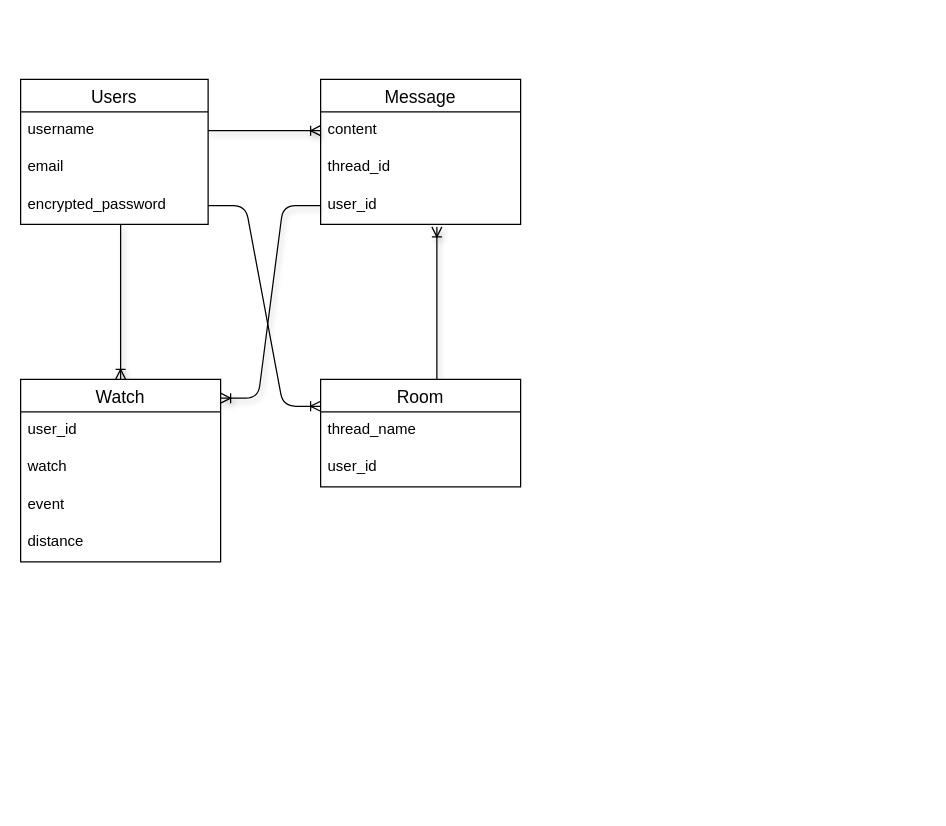
Above: database.dio in GitHayato/actime (draw.io), before the change. Source tidied: cells renumbered, new cells numbered last; positions are measured from the earlier drawing's top-left corner, leaving out a move shared by most shapes. Both pictures are drawn from the tidied source at 125%, with x=0, y=0 at pixel (20, 79).
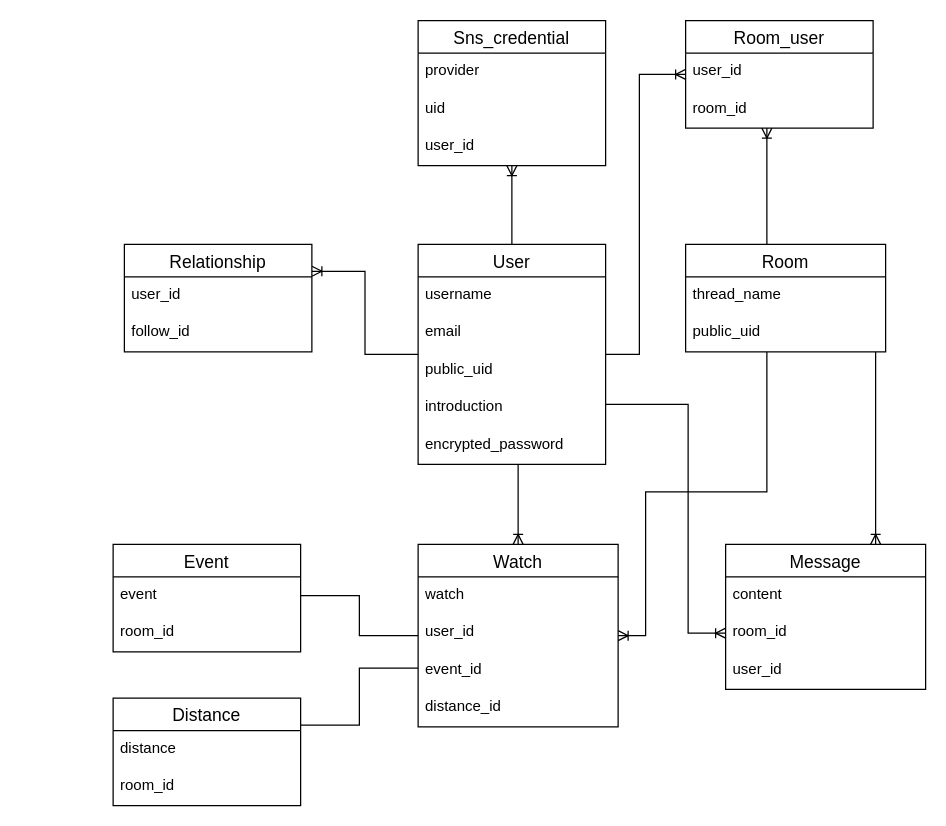
The same page after the edit.

Unchanged cells that the change refers to:
```xml
<mxCell id="4" value="username" style="text;strokeColor=none;fillColor=none;spacingLeft=4;spacingRight=4;overflow=hidden;points=[[0,0.5],[1,0.5]];portConstraint=eastwest;fontSize=12;" parent="3" vertex="1">
  <mxGeometry y="26" width="150" height="30" as="geometry" />
</mxCell>
<mxCell id="8" value="content" style="text;strokeColor=none;fillColor=none;spacingLeft=4;spacingRight=4;overflow=hidden;points=[[0,0.5],[1,0.5]];portConstraint=eastwest;fontSize=12;" parent="7" vertex="1">
  <mxGeometry y="26" width="160" height="30" as="geometry" />
</mxCell>
<mxCell id="10" value="user_id" style="text;strokeColor=none;fillColor=none;spacingLeft=4;spacingRight=4;overflow=hidden;points=[[0,0.5],[1,0.5]];portConstraint=eastwest;fontSize=12;" parent="7" vertex="1">
  <mxGeometry y="86" width="160" height="30" as="geometry" />
</mxCell>
```

Change to the diagram source:
```diff
@@
-    <mxCell id="2" style="edgeStyle=orthogonalEdgeStyle;rounded=0;jettySize=auto;html=1;exitX=1;exitY=0.5;exitDx=0;exitDy=0;entryX=0;entryY=0.5;entryDx=0;entryDy=0;shadow=1;endArrow=ERoneToMany;endFill=0;" parent="1" edge="1" source="4" target="8">
-      <mxGeometry relative="1" as="geometry" />
-    </mxCell>
+    <mxCell id="23" style="edgeStyle=orthogonalEdgeStyle;rounded=0;jettySize=auto;html=1;exitX=0.5;exitY=0;exitDx=0;exitDy=0;startArrow=none;startFill=0;endArrow=ERoneToMany;endFill=0;" parent="1" edge="1" source="3" target="44">
+      <mxGeometry relative="1" as="geometry" />
+    </mxCell>
-    <mxCell id="3" value="Users" style="swimlane;fontStyle=0;horizontal=1;startSize=26;align=center;fontSize=14;" parent="1" vertex="1">
-      <mxGeometry width="150" height="116" as="geometry" />
+    <mxCell id="3" value="User" style="swimlane;fontStyle=0;horizontal=1;startSize=26;align=center;fontSize=14;" parent="1" vertex="1">
+      <mxGeometry x="318" y="132" width="150" height="176" as="geometry" />
     </mxCell>
@@
+    <mxCell id="24" value="public_uid" style="text;strokeColor=none;fillColor=none;spacingLeft=4;spacingRight=4;overflow=hidden;fontSize=12;" parent="3" vertex="1">
+      <mxGeometry y="86" width="150" height="30" as="geometry" />
+    </mxCell>
+    <mxCell id="25" value="introduction" style="text;strokeColor=none;fillColor=none;spacingLeft=4;spacingRight=4;overflow=hidden;fontSize=12;" parent="3" vertex="1">
+      <mxGeometry y="116" width="150" height="30" as="geometry" />
+    </mxCell>
     <mxCell id="6" value="encrypted_password" style="text;strokeColor=none;fillColor=none;spacingLeft=4;spacingRight=4;overflow=hidden;points=[[0,0.5],[1,0.5]];portConstraint=eastwest;fontSize=12;" parent="3" vertex="1">
-      <mxGeometry y="86" width="150" height="30" as="geometry" />
+      <mxGeometry y="146" width="150" height="30" as="geometry" />
     </mxCell>
+    <mxCell id="26" style="edgeStyle=orthogonalEdgeStyle;rounded=0;jettySize=auto;html=1;exitX=0.75;exitY=0;exitDx=0;exitDy=0;startArrow=ERoneToMany;startFill=0;endArrow=none;endFill=0;" parent="1" edge="1" source="7" target="18">
+      <mxGeometry relative="1" as="geometry">
+        <Array as="points">
+          <mxPoint x="684" y="255" />
+          <mxPoint x="684" y="255" />
+        </Array>
+      </mxGeometry>
+    </mxCell>
     <mxCell id="7" value="Message" style="swimlane;fontStyle=0;horizontal=1;startSize=26;align=center;fontSize=14;" parent="1" vertex="1">
-      <mxGeometry x="240" width="160" height="116" as="geometry" />
+      <mxGeometry x="564" y="372" width="160" height="116" as="geometry" />
     </mxCell>
@@
-    <mxCell id="9" value="thread_id" style="text;strokeColor=none;fillColor=none;spacingLeft=4;spacingRight=4;overflow=hidden;points=[[0,0.5],[1,0.5]];portConstraint=eastwest;fontSize=12;" parent="7" vertex="1">
+    <mxCell id="9" value="room_id" style="text;strokeColor=none;fillColor=none;spacingLeft=4;spacingRight=4;overflow=hidden;points=[[0,0.5],[1,0.5]];portConstraint=eastwest;fontSize=12;" parent="7" vertex="1">
       <mxGeometry y="56" width="160" height="30" as="geometry" />
     </mxCell>
@@
-    <mxCell id="11" style="edgeStyle=orthogonalEdgeStyle;rounded=0;jettySize=auto;html=1;exitX=0.5;exitY=0;exitDx=0;exitDy=0;shadow=1;endArrow=none;endFill=0;startArrow=ERoneToMany;startFill=0;" parent="1" edge="1" source="12" target="3">
+    <mxCell id="11" style="edgeStyle=orthogonalEdgeStyle;rounded=0;jettySize=auto;html=1;exitX=0.5;exitY=0;exitDx=0;exitDy=0;startArrow=ERoneToMany;startFill=0;endArrow=none;endFill=0;" parent="1" edge="1" source="12" target="3">
       <mxGeometry relative="1" as="geometry">
         <Array as="points">
-          <mxPoint x="80" y="140" />
-          <mxPoint x="80" y="140" />
+          <mxPoint x="398" y="340" />
+          <mxPoint x="398" y="340" />
         </Array>
       </mxGeometry>
     </mxCell>
     <mxCell id="12" value="Watch" style="swimlane;fontStyle=0;horizontal=1;startSize=26;align=center;fontSize=14;" parent="1" vertex="1">
-      <mxGeometry y="240" width="160" height="146" as="geometry" />
+      <mxGeometry x="318" y="372" width="160" height="146" as="geometry" />
     </mxCell>
+    <mxCell id="14" value="watch" style="text;strokeColor=none;fillColor=none;spacingLeft=4;spacingRight=4;overflow=hidden;fontSize=12;" parent="12" vertex="1">
+      <mxGeometry y="26" width="160" height="30" as="geometry" />
+    </mxCell>
     <mxCell id="13" value="user_id" style="text;strokeColor=none;fillColor=none;spacingLeft=4;spacingRight=4;overflow=hidden;fontSize=12;" parent="12" vertex="1">
-      <mxGeometry y="26" width="160" height="30" as="geometry" />
+      <mxGeometry y="56" width="160" height="30" as="geometry" />
     </mxCell>
-    <mxCell id="14" value="watch" style="text;strokeColor=none;fillColor=none;spacingLeft=4;spacingRight=4;overflow=hidden;fontSize=12;" parent="12" vertex="1">
-      <mxGeometry y="56" width="160" height="30" as="geometry" />
-    </mxCell>
-    <mxCell id="15" value="event" style="text;strokeColor=none;fillColor=none;spacingLeft=4;spacingRight=4;overflow=hidden;fontSize=12;" parent="12" vertex="1">
+    <mxCell id="15" value="event_id" style="text;strokeColor=none;fillColor=none;spacingLeft=4;spacingRight=4;overflow=hidden;fontSize=12;" parent="12" vertex="1">
       <mxGeometry y="86" width="160" height="30" as="geometry" />
     </mxCell>
-    <mxCell id="16" value="distance" style="text;strokeColor=none;fillColor=none;spacingLeft=4;spacingRight=4;overflow=hidden;fontSize=12;" parent="12" vertex="1">
+    <mxCell id="16" value="distance_id" style="text;strokeColor=none;fillColor=none;spacingLeft=4;spacingRight=4;overflow=hidden;fontSize=12;" parent="12" vertex="1">
       <mxGeometry y="116" width="160" height="30" as="geometry" />
     </mxCell>
-    <mxCell id="17" style="edgeStyle=orthogonalEdgeStyle;rounded=0;orthogonalLoop=1;jettySize=auto;html=1;shadow=1;startArrow=none;startFill=0;endArrow=ERoneToMany;endFill=0;endSize=6;" parent="1" edge="1">
-      <mxGeometry relative="1" as="geometry">
-        <mxPoint x="333" y="240" as="sourcePoint" />
-        <mxPoint x="333" y="118" as="targetPoint" />
-        <Array as="points">
-          <mxPoint x="333" y="209" />
-        </Array>
-      </mxGeometry>
-    </mxCell>
+    <mxCell id="27" style="edgeStyle=orthogonalEdgeStyle;rounded=0;jettySize=auto;html=1;startArrow=none;startFill=0;endArrow=ERoneToMany;endFill=0;" parent="1" edge="1" source="18" target="12">
+      <mxGeometry relative="1" as="geometry">
+        <Array as="points">
+          <mxPoint x="597" y="330" />
+          <mxPoint x="500" y="330" />
+          <mxPoint x="500" y="445" />
+        </Array>
+      </mxGeometry>
+    </mxCell>
     <mxCell id="18" value="Room" style="swimlane;fontStyle=0;horizontal=1;startSize=26;align=center;fontSize=14;" parent="1" vertex="1">
-      <mxGeometry x="240" y="240" width="160" height="86" as="geometry" />
+      <mxGeometry x="532" y="132" width="160" height="86" as="geometry" />
     </mxCell>
@@
-    <mxCell id="20" value="user_id" style="text;strokeColor=none;fillColor=none;spacingLeft=4;spacingRight=4;overflow=hidden;fontSize=12;" parent="18" vertex="1">
+    <mxCell id="20" value="public_uid" style="text;strokeColor=none;fillColor=none;spacingLeft=4;spacingRight=4;overflow=hidden;fontSize=12;" parent="18" vertex="1">
       <mxGeometry y="56" width="160" height="30" as="geometry" />
     </mxCell>
-    <mxCell id="21" style="edgeStyle=entityRelationEdgeStyle;fontSize=12;html=1;endArrow=ERoneToMany;entryX=0;entryY=0.25;entryDx=0;entryDy=0;exitX=1;exitY=0.5;exitDx=0;exitDy=0;" parent="1" edge="1" source="6" target="18">
-      <mxGeometry relative="1" as="geometry" />
-    </mxCell>
-    <mxCell id="22" style="edgeStyle=entityRelationEdgeStyle;fontSize=12;html=1;endArrow=none;shadow=1;startArrow=ERoneToMany;startFill=0;endFill=0;entryX=0;entryY=0.5;entryDx=0;entryDy=0;" parent="1" edge="1" target="10">
-      <mxGeometry relative="1" as="geometry">
-        <mxPoint x="160" y="255" as="sourcePoint" />
-      </mxGeometry>
-    </mxCell>
+    <mxCell id="28" style="edgeStyle=orthogonalEdgeStyle;rounded=0;jettySize=auto;html=1;startArrow=ERoneToMany;startFill=0;endArrow=none;endFill=0;" parent="1" edge="1" source="30" target="3">
+      <mxGeometry relative="1" as="geometry">
+        <Array as="points">
+          <mxPoint x="495" y="-4" />
+          <mxPoint x="495" y="220" />
+        </Array>
+      </mxGeometry>
+    </mxCell>
+    <mxCell id="29" style="edgeStyle=orthogonalEdgeStyle;rounded=0;jettySize=auto;html=1;startArrow=ERoneToMany;startFill=0;endArrow=none;endFill=0;" parent="1" edge="1" source="30" target="18">
+      <mxGeometry relative="1" as="geometry">
+        <Array as="points">
+          <mxPoint x="597" y="63" />
+          <mxPoint x="597" y="63" />
+        </Array>
+      </mxGeometry>
+    </mxCell>
+    <mxCell id="30" value="Room_user" style="swimlane;fontStyle=0;horizontal=1;startSize=26;align=center;fontSize=14;" parent="1" vertex="1">
+      <mxGeometry x="532" y="-47" width="150" height="86" as="geometry" />
+    </mxCell>
+    <mxCell id="31" value="user_id" style="text;strokeColor=none;fillColor=none;spacingLeft=4;spacingRight=4;overflow=hidden;fontSize=12;" parent="30" vertex="1">
+      <mxGeometry y="26" width="150" height="30" as="geometry" />
+    </mxCell>
+    <mxCell id="32" value="room_id" style="text;strokeColor=none;fillColor=none;spacingLeft=4;spacingRight=4;overflow=hidden;fontSize=12;" parent="30" vertex="1">
+      <mxGeometry y="56" width="150" height="30" as="geometry" />
+    </mxCell>
+    <mxCell id="33" value="Event" style="swimlane;fontStyle=0;horizontal=1;startSize=26;align=center;fontSize=14;" parent="1" vertex="1">
+      <mxGeometry x="74" y="372" width="150" height="86" as="geometry" />
+    </mxCell>
+    <mxCell id="34" value="event" style="text;strokeColor=none;fillColor=none;spacingLeft=4;spacingRight=4;overflow=hidden;points=[[0,0.5],[1,0.5]];portConstraint=eastwest;fontSize=12;" parent="33" vertex="1">
+      <mxGeometry y="26" width="150" height="30" as="geometry" />
+    </mxCell>
+    <mxCell id="35" value="room_id" style="text;strokeColor=none;fillColor=none;spacingLeft=4;spacingRight=4;overflow=hidden;fontSize=12;" parent="33" vertex="1">
+      <mxGeometry y="56" width="150" height="30" as="geometry" />
+    </mxCell>
+    <mxCell id="36" style="edgeStyle=orthogonalEdgeStyle;rounded=0;jettySize=auto;html=1;exitX=1;exitY=0.25;exitDx=0;exitDy=0;startArrow=none;startFill=0;endArrow=none;endFill=0;" parent="1" edge="1" source="37" target="12">
+      <mxGeometry relative="1" as="geometry">
+        <Array as="points">
+          <mxPoint x="271" y="516" />
+          <mxPoint x="271" y="471" />
+        </Array>
+      </mxGeometry>
+    </mxCell>
+    <mxCell id="37" value="Distance" style="swimlane;fontStyle=0;horizontal=1;startSize=26;align=center;fontSize=14;" parent="1" vertex="1">
+      <mxGeometry x="74" y="495" width="150" height="86" as="geometry" />
+    </mxCell>
+    <mxCell id="38" value="distance" style="text;strokeColor=none;fillColor=none;spacingLeft=4;spacingRight=4;overflow=hidden;fontSize=12;" parent="37" vertex="1">
+      <mxGeometry y="26" width="150" height="30" as="geometry" />
+    </mxCell>
+    <mxCell id="39" value="room_id" style="text;strokeColor=none;fillColor=none;spacingLeft=4;spacingRight=4;overflow=hidden;fontSize=12;" parent="37" vertex="1">
+      <mxGeometry y="56" width="150" height="30" as="geometry" />
+    </mxCell>
+    <mxCell id="40" style="edgeStyle=orthogonalEdgeStyle;rounded=0;jettySize=auto;html=1;exitX=1;exitY=0.25;exitDx=0;exitDy=0;startArrow=ERoneToMany;startFill=0;endArrow=none;endFill=0;" parent="1" edge="1" source="41" target="3">
+      <mxGeometry relative="1" as="geometry" />
+    </mxCell>
+    <mxCell id="41" value="Relationship" style="swimlane;fontStyle=0;horizontal=1;startSize=26;align=center;fontSize=14;" parent="1" vertex="1">
+      <mxGeometry x="83" y="132" width="150" height="86" as="geometry" />
+    </mxCell>
+    <mxCell id="42" value="user_id" style="text;strokeColor=none;fillColor=none;spacingLeft=4;spacingRight=4;overflow=hidden;fontSize=12;" parent="41" vertex="1">
+      <mxGeometry y="26" width="150" height="30" as="geometry" />
+    </mxCell>
+    <mxCell id="43" value="follow_id" style="text;strokeColor=none;fillColor=none;spacingLeft=4;spacingRight=4;overflow=hidden;fontSize=12;" parent="41" vertex="1">
+      <mxGeometry y="56" width="150" height="30" as="geometry" />
+    </mxCell>
+    <mxCell id="44" value="Sns_credential" style="swimlane;fontStyle=0;horizontal=1;startSize=26;align=center;fontSize=14;" parent="1" vertex="1">
+      <mxGeometry x="318" y="-47" width="150" height="116" as="geometry" />
+    </mxCell>
+    <mxCell id="45" value="provider" style="text;strokeColor=none;fillColor=none;spacingLeft=4;spacingRight=4;overflow=hidden;fontSize=12;" parent="44" vertex="1">
+      <mxGeometry y="26" width="150" height="30" as="geometry" />
+    </mxCell>
+    <mxCell id="46" value="uid" style="text;strokeColor=none;fillColor=none;spacingLeft=4;spacingRight=4;overflow=hidden;fontSize=12;" parent="44" vertex="1">
+      <mxGeometry y="56" width="150" height="30" as="geometry" />
+    </mxCell>
+    <mxCell id="47" value="user_id" style="text;strokeColor=none;fillColor=none;spacingLeft=4;spacingRight=4;overflow=hidden;fontSize=12;" parent="44" vertex="1">
+      <mxGeometry y="86" width="150" height="30" as="geometry" />
+    </mxCell>
+    <mxCell id="48" style="edgeStyle=orthogonalEdgeStyle;rounded=0;jettySize=auto;html=1;exitX=1;exitY=0.5;exitDx=0;exitDy=0;startArrow=none;startFill=0;endArrow=none;endFill=0;" parent="1" edge="1" source="34" target="12">
+      <mxGeometry relative="1" as="geometry" />
+    </mxCell>
+    <mxCell id="49" style="edgeStyle=orthogonalEdgeStyle;rounded=0;jettySize=auto;html=1;exitX=0;exitY=0.5;exitDx=0;exitDy=0;startArrow=ERoneToMany;startFill=0;endArrow=none;endFill=0;" parent="1" edge="1" source="9" target="3">
+      <mxGeometry relative="1" as="geometry">
+        <Array as="points">
+          <mxPoint x="534" y="443" />
+          <mxPoint x="534" y="260" />
+        </Array>
+      </mxGeometry>
+    </mxCell>
```
